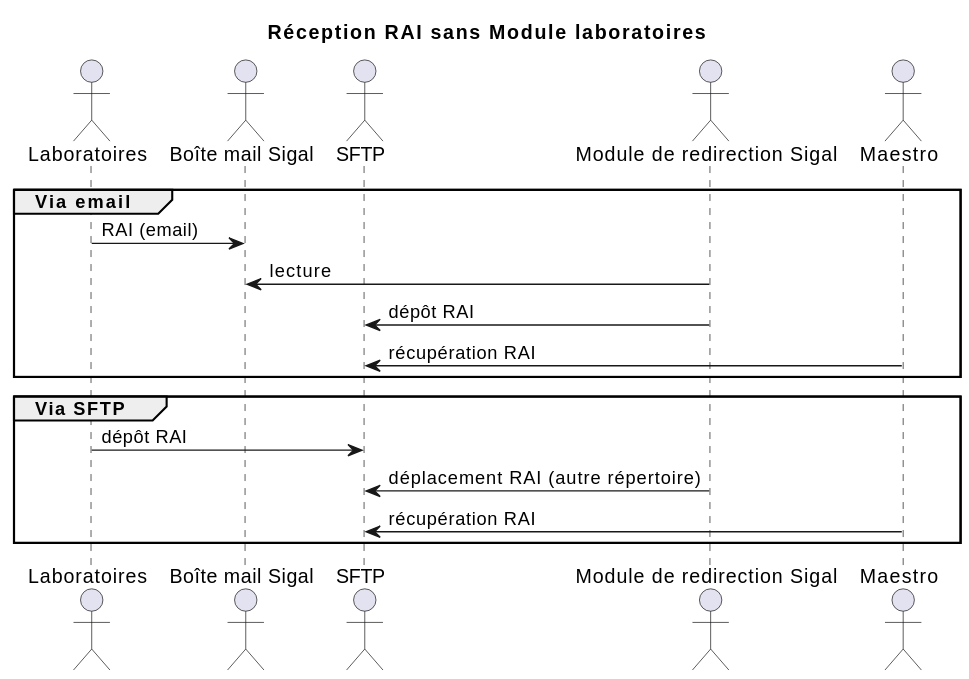
Earlier version of the PlantUML export docs/rai-flow.svg (betagouv/maestro). Its diagram source:
```plantuml
@startuml
title Réception RAI sans Module laboratoires

actor Laboratoires
actor "Boîte mail Sigal" as MailSigal
actor "SFTP" as SFTP
actor "Module de redirection Sigal" as ModuleRedirection
actor Maestro order 10

group Via email
  Laboratoires -> MailSigal : RAI (email)
  ModuleRedirection -> MailSigal : lecture
  ModuleRedirection -> SFTP : dépôt RAI
  Maestro -> SFTP : récupération RAI
end

group Via SFTP
  Laboratoires -> SFTP : dépôt RAI
  ModuleRedirection -> SFTP : déplacement RAI (autre répertoire)
  Maestro -> SFTP : récupération RAI
end

@enduml
```
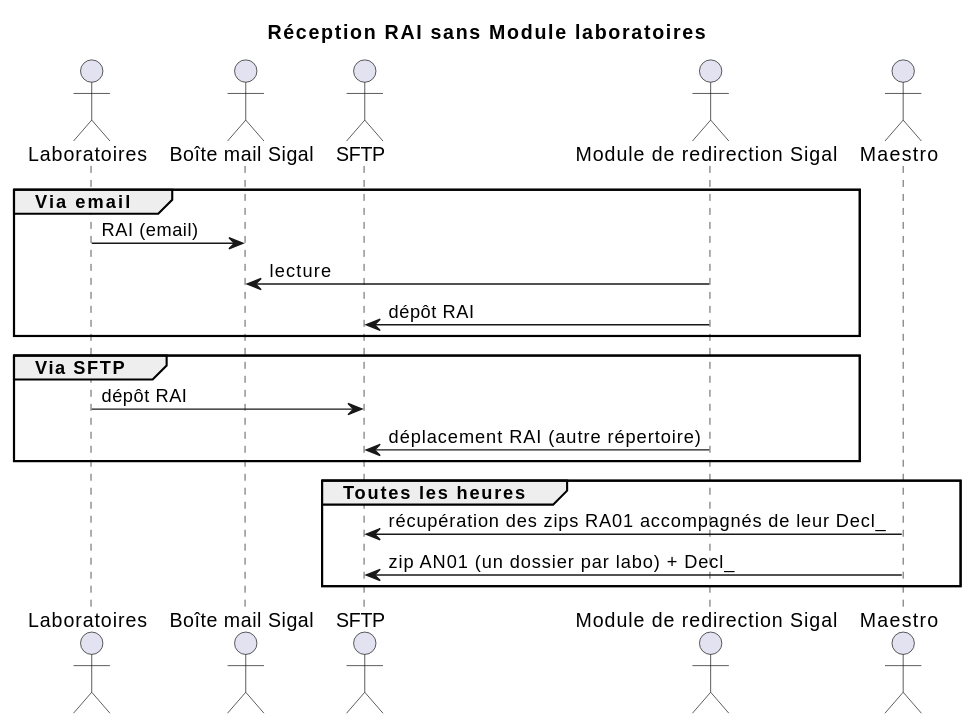
Above is the later version.

The edit, as a diff of the source:
```diff
@@ -11,13 +11,16 @@
   Laboratoires -> MailSigal : RAI (email)
   ModuleRedirection -> MailSigal : lecture
   ModuleRedirection -> SFTP : dépôt RAI
-  Maestro -> SFTP : récupération RAI
 end
 
 group Via SFTP
   Laboratoires -> SFTP : dépôt RAI
   ModuleRedirection -> SFTP : déplacement RAI (autre répertoire)
-  Maestro -> SFTP : récupération RAI
+end
+
+group Toutes les heures
+  Maestro -> SFTP : récupération des zips RA01 accompagnés de leur Decl_
+  Maestro -> SFTP : zip AN01 (un dossier par labo) + Decl_
 end
 
 @enduml
```
